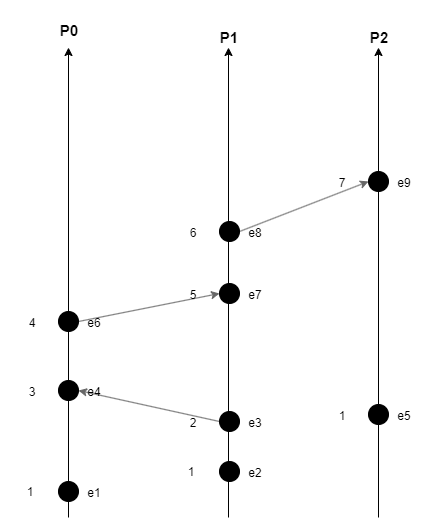
Before: Diagrams/space-time-diagram-lamport.png, a diagram exported from draw.io (Andreas691667/P4Synchronization). Source tidied: cells renumbered, new cells last; positions are measured from the earlier drawing's top-left corner, leaving out a move shared by most shapes. Source of this version:
```xml
<mxGraphModel>
  <root>
    <mxCell id="0" />
    <mxCell id="1" parent="0" />
    <mxCell id="2" style="rounded=0;jettySize=auto;html=1;exitX=1;exitY=0.5;exitDx=0;exitDy=0;entryX=0;entryY=0.5;entryDx=0;entryDy=0;fillColor=#f5f5f5;strokeColor=#666666;" parent="1" edge="1" source="33" target="36">
      <mxGeometry relative="1" as="geometry" />
    </mxCell>
    <mxCell id="3" style="rounded=0;jettySize=auto;html=1;exitX=1;exitY=0.5;exitDx=0;exitDy=0;entryX=0;entryY=0.5;entryDx=0;entryDy=0;fillColor=#f5f5f5;strokeColor=#666666;" parent="1" edge="1" source="27" target="30">
      <mxGeometry relative="1" as="geometry" />
    </mxCell>
    <mxCell id="4" style="rounded=0;jettySize=auto;html=1;exitX=0;exitY=0.5;exitDx=0;exitDy=0;entryX=1;entryY=0.5;entryDx=0;entryDy=0;fillColor=#f5f5f5;strokeColor=#666666;" parent="1" edge="1" source="22" target="20">
      <mxGeometry relative="1" as="geometry" />
    </mxCell>
    <mxCell id="5" value="e1" style="text;html=1;strokeColor=none;fillColor=none;align=center;verticalAlign=middle;whiteSpace=wrap;rounded=0;" parent="1" vertex="1">
      <mxGeometry x="64" y="478" width="60" height="30" as="geometry" />
    </mxCell>
    <mxCell id="6" style="endArrow=classic;html=1;rounded=0;" parent="1" edge="1">
      <mxGeometry relative="1" as="geometry">
        <mxPoint x="68" y="517" as="sourcePoint" />
        <mxPoint x="68" y="47" as="targetPoint" />
      </mxGeometry>
    </mxCell>
    <mxCell id="7" value="&lt;b&gt;&lt;font style=&quot;font-size: 15px;&quot;&gt;P0&lt;/font&gt;&lt;/b&gt;" style="text;html=1;strokeColor=none;fillColor=none;align=center;verticalAlign=middle;whiteSpace=wrap;rounded=0;flipV=0;flipH=1;direction=north;" parent="1" vertex="1">
      <mxGeometry x="54" width="30" height="60" as="geometry" />
    </mxCell>
    <mxCell id="8" value="&lt;b&gt;&lt;font style=&quot;font-size: 15px;&quot;&gt;P1&lt;br&gt;&lt;/font&gt;&lt;/b&gt;" style="text;html=1;strokeColor=none;fillColor=none;align=center;verticalAlign=middle;whiteSpace=wrap;rounded=0;flipV=0;flipH=1;direction=north;" parent="1" vertex="1">
      <mxGeometry x="214" y="7" width="30" height="60" as="geometry" />
    </mxCell>
    <mxCell id="9" value="&lt;b&gt;&lt;font style=&quot;font-size: 15px;&quot;&gt;P2&lt;/font&gt;&lt;/b&gt;" style="text;html=1;strokeColor=none;fillColor=none;align=center;verticalAlign=middle;whiteSpace=wrap;rounded=0;flipV=0;flipH=1;direction=north;" parent="1" vertex="1">
      <mxGeometry x="364" y="7" width="30" height="60" as="geometry" />
    </mxCell>
    <mxCell id="10" style="endArrow=classic;html=1;rounded=0;" parent="1" edge="1">
      <mxGeometry relative="1" as="geometry">
        <mxPoint x="378" y="517" as="sourcePoint" />
        <mxPoint x="378" y="47" as="targetPoint" />
      </mxGeometry>
    </mxCell>
    <mxCell id="11" style="endArrow=classic;html=1;rounded=0;" parent="1" edge="1">
      <mxGeometry relative="1" as="geometry">
        <mxPoint x="228" y="517" as="sourcePoint" />
        <mxPoint x="228" y="47" as="targetPoint" />
      </mxGeometry>
    </mxCell>
    <mxCell id="12" style="ellipse;whiteSpace=wrap;html=1;fillColor=#000000;" parent="1" vertex="1">
      <mxGeometry x="58" y="481" width="20" height="20" as="geometry" />
    </mxCell>
    <mxCell id="13" value="1" style="text;html=1;strokeColor=none;fillColor=none;align=center;verticalAlign=middle;whiteSpace=wrap;rounded=0;" parent="1" vertex="1">
      <mxGeometry y="477" width="60" height="30" as="geometry" />
    </mxCell>
    <mxCell id="14" value="e2" style="text;html=1;strokeColor=none;fillColor=none;align=center;verticalAlign=middle;whiteSpace=wrap;rounded=0;" parent="1" vertex="1">
      <mxGeometry x="225" y="458" width="60" height="30" as="geometry" />
    </mxCell>
    <mxCell id="15" style="ellipse;whiteSpace=wrap;html=1;fillColor=#000000;" parent="1" vertex="1">
      <mxGeometry x="219" y="461" width="20" height="20" as="geometry" />
    </mxCell>
    <mxCell id="16" value="1" style="text;html=1;strokeColor=none;fillColor=none;align=center;verticalAlign=middle;whiteSpace=wrap;rounded=0;" parent="1" vertex="1">
      <mxGeometry x="161" y="457" width="60" height="30" as="geometry" />
    </mxCell>
    <mxCell id="17" value="e3" style="text;html=1;strokeColor=none;fillColor=none;align=center;verticalAlign=middle;whiteSpace=wrap;rounded=0;" parent="1" vertex="1">
      <mxGeometry x="225" y="408" width="60" height="30" as="geometry" />
    </mxCell>
    <mxCell id="18" value="2" style="text;html=1;strokeColor=none;fillColor=none;align=center;verticalAlign=middle;whiteSpace=wrap;rounded=0;" parent="1" vertex="1">
      <mxGeometry x="161" y="407" width="64" height="32" as="geometry" />
    </mxCell>
    <mxCell id="19" value="e4" style="text;html=1;strokeColor=none;fillColor=none;align=center;verticalAlign=middle;whiteSpace=wrap;rounded=0;" parent="1" vertex="1">
      <mxGeometry x="64" y="377" width="60" height="30" as="geometry" />
    </mxCell>
    <mxCell id="20" style="ellipse;whiteSpace=wrap;html=1;fillColor=#000000;" parent="1" vertex="1">
      <mxGeometry x="58" y="380" width="20" height="20" as="geometry" />
    </mxCell>
    <mxCell id="21" value="3" style="text;html=1;strokeColor=none;fillColor=none;align=center;verticalAlign=middle;whiteSpace=wrap;rounded=0;" parent="1" vertex="1">
      <mxGeometry y="376" width="64" height="32" as="geometry" />
    </mxCell>
    <mxCell id="22" style="ellipse;whiteSpace=wrap;html=1;fillColor=#000000;" parent="1" vertex="1">
      <mxGeometry x="219" y="411" width="20" height="20" as="geometry" />
    </mxCell>
    <mxCell id="23" value="e5" style="text;html=1;strokeColor=none;fillColor=none;align=center;verticalAlign=middle;whiteSpace=wrap;rounded=0;" parent="1" vertex="1">
      <mxGeometry x="374" y="401" width="60" height="30" as="geometry" />
    </mxCell>
    <mxCell id="24" style="ellipse;whiteSpace=wrap;html=1;fillColor=#000000;" parent="1" vertex="1">
      <mxGeometry x="368" y="404" width="20" height="20" as="geometry" />
    </mxCell>
    <mxCell id="25" value="1" style="text;html=1;strokeColor=none;fillColor=none;align=center;verticalAlign=middle;whiteSpace=wrap;rounded=0;" parent="1" vertex="1">
      <mxGeometry x="310" y="400" width="64" height="32" as="geometry" />
    </mxCell>
    <mxCell id="26" value="e6" style="text;html=1;strokeColor=none;fillColor=none;align=center;verticalAlign=middle;whiteSpace=wrap;rounded=0;" parent="1" vertex="1">
      <mxGeometry x="64" y="308" width="60" height="30" as="geometry" />
    </mxCell>
    <mxCell id="27" style="ellipse;whiteSpace=wrap;html=1;fillColor=#000000;" parent="1" vertex="1">
      <mxGeometry x="58" y="311" width="20" height="20" as="geometry" />
    </mxCell>
    <mxCell id="28" value="4" style="text;html=1;strokeColor=none;fillColor=none;align=center;verticalAlign=middle;whiteSpace=wrap;rounded=0;" parent="1" vertex="1">
      <mxGeometry y="307" width="64" height="32" as="geometry" />
    </mxCell>
    <mxCell id="29" value="e7" style="text;html=1;strokeColor=none;fillColor=none;align=center;verticalAlign=middle;whiteSpace=wrap;rounded=0;" parent="1" vertex="1">
      <mxGeometry x="225" y="280" width="60" height="30" as="geometry" />
    </mxCell>
    <mxCell id="30" style="ellipse;whiteSpace=wrap;html=1;fillColor=#000000;" parent="1" vertex="1">
      <mxGeometry x="219" y="283" width="20" height="20" as="geometry" />
    </mxCell>
    <mxCell id="31" value="5" style="text;html=1;strokeColor=none;fillColor=none;align=center;verticalAlign=middle;whiteSpace=wrap;rounded=0;" parent="1" vertex="1">
      <mxGeometry x="161" y="279" width="64" height="32" as="geometry" />
    </mxCell>
    <mxCell id="32" value="e8" style="text;html=1;strokeColor=none;fillColor=none;align=center;verticalAlign=middle;whiteSpace=wrap;rounded=0;" parent="1" vertex="1">
      <mxGeometry x="225" y="218" width="60" height="30" as="geometry" />
    </mxCell>
    <mxCell id="33" style="ellipse;whiteSpace=wrap;html=1;fillColor=#000000;" parent="1" vertex="1">
      <mxGeometry x="219" y="221" width="20" height="20" as="geometry" />
    </mxCell>
    <mxCell id="34" value="6" style="text;html=1;strokeColor=none;fillColor=none;align=center;verticalAlign=middle;whiteSpace=wrap;rounded=0;" parent="1" vertex="1">
      <mxGeometry x="161" y="217" width="64" height="32" as="geometry" />
    </mxCell>
    <mxCell id="35" value="e9" style="text;html=1;strokeColor=none;fillColor=none;align=center;verticalAlign=middle;whiteSpace=wrap;rounded=0;" parent="1" vertex="1">
      <mxGeometry x="374" y="168" width="60" height="30" as="geometry" />
    </mxCell>
    <mxCell id="36" style="ellipse;whiteSpace=wrap;html=1;fillColor=#000000;" parent="1" vertex="1">
      <mxGeometry x="368" y="171" width="20" height="20" as="geometry" />
    </mxCell>
    <mxCell id="37" value="7" style="text;html=1;strokeColor=none;fillColor=none;align=center;verticalAlign=middle;whiteSpace=wrap;rounded=0;" parent="1" vertex="1">
      <mxGeometry x="310" y="167" width="64" height="32" as="geometry" />
    </mxCell>
  </root>
</mxGraphModel>
```
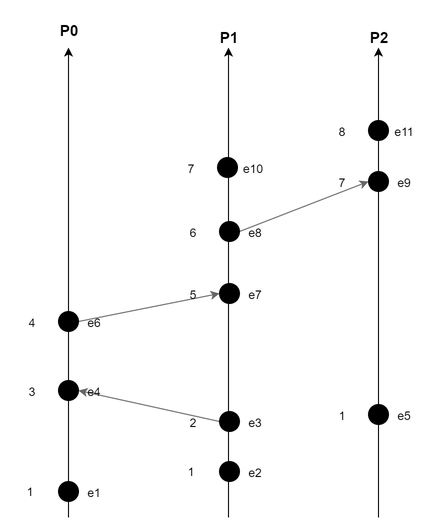
The same diagram one commit later.

Diff of the diagram source:
```diff
@@ -119,5 +119,23 @@
     <mxCell id="37" value="7" style="text;html=1;strokeColor=none;fillColor=none;align=center;verticalAlign=middle;whiteSpace=wrap;rounded=0;" parent="1" vertex="1">
       <mxGeometry x="310" y="167" width="64" height="32" as="geometry" />
     </mxCell>
+    <mxCell id="38" value="e10" style="text;html=1;strokeColor=none;fillColor=none;align=center;verticalAlign=middle;whiteSpace=wrap;rounded=0;" parent="1" vertex="1">
+      <mxGeometry x="223" y="154" width="60" height="30" as="geometry" />
+    </mxCell>
+    <mxCell id="39" style="ellipse;whiteSpace=wrap;html=1;fillColor=#000000;" parent="1" vertex="1">
+      <mxGeometry x="217" y="157" width="20" height="20" as="geometry" />
+    </mxCell>
+    <mxCell id="40" value="7" style="text;html=1;strokeColor=none;fillColor=none;align=center;verticalAlign=middle;whiteSpace=wrap;rounded=0;" parent="1" vertex="1">
+      <mxGeometry x="159" y="153" width="64" height="32" as="geometry" />
+    </mxCell>
+    <mxCell id="41" value="e11" style="text;html=1;strokeColor=none;fillColor=none;align=center;verticalAlign=middle;whiteSpace=wrap;rounded=0;" parent="1" vertex="1">
+      <mxGeometry x="374" y="117" width="60" height="30" as="geometry" />
+    </mxCell>
+    <mxCell id="42" style="ellipse;whiteSpace=wrap;html=1;fillColor=#000000;" parent="1" vertex="1">
+      <mxGeometry x="368" y="120" width="20" height="20" as="geometry" />
+    </mxCell>
+    <mxCell id="43" value="8" style="text;html=1;strokeColor=none;fillColor=none;align=center;verticalAlign=middle;whiteSpace=wrap;rounded=0;" parent="1" vertex="1">
+      <mxGeometry x="310" y="116" width="64" height="32" as="geometry" />
+    </mxCell>
   </root>
 </mxGraphModel>
```
